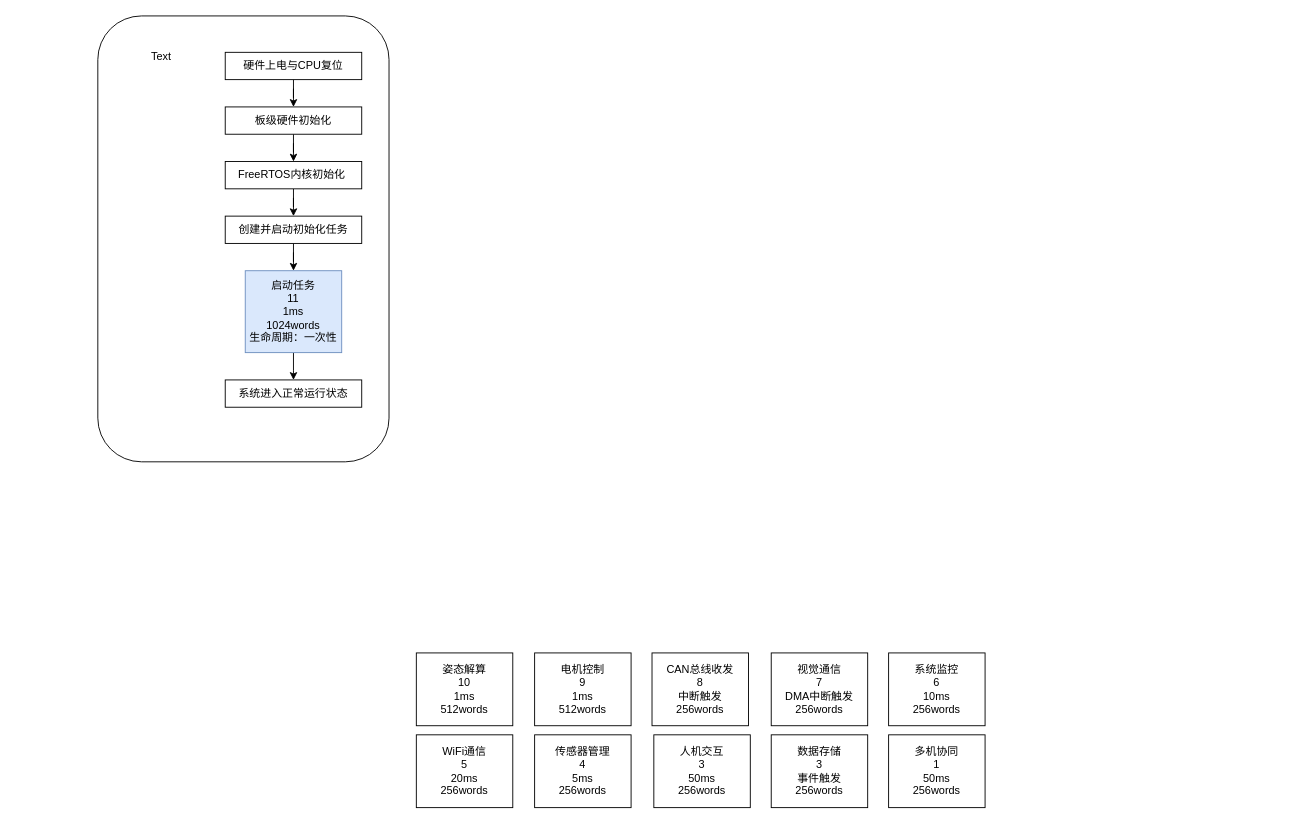
This is 全向移动自主作业机器人/全局启动流程.drawio from whwu-yuwan/My_Chart_Lib, a draw.io file, before an edit. Source tidied: cells renumbered, new cells numbered last; positions are measured from the earlier drawing's top-left corner, leaving out a move shared by most shapes. Both pictures are drawn from the tidied source at 91%, with x=0, y=0 at pixel (97, 15).
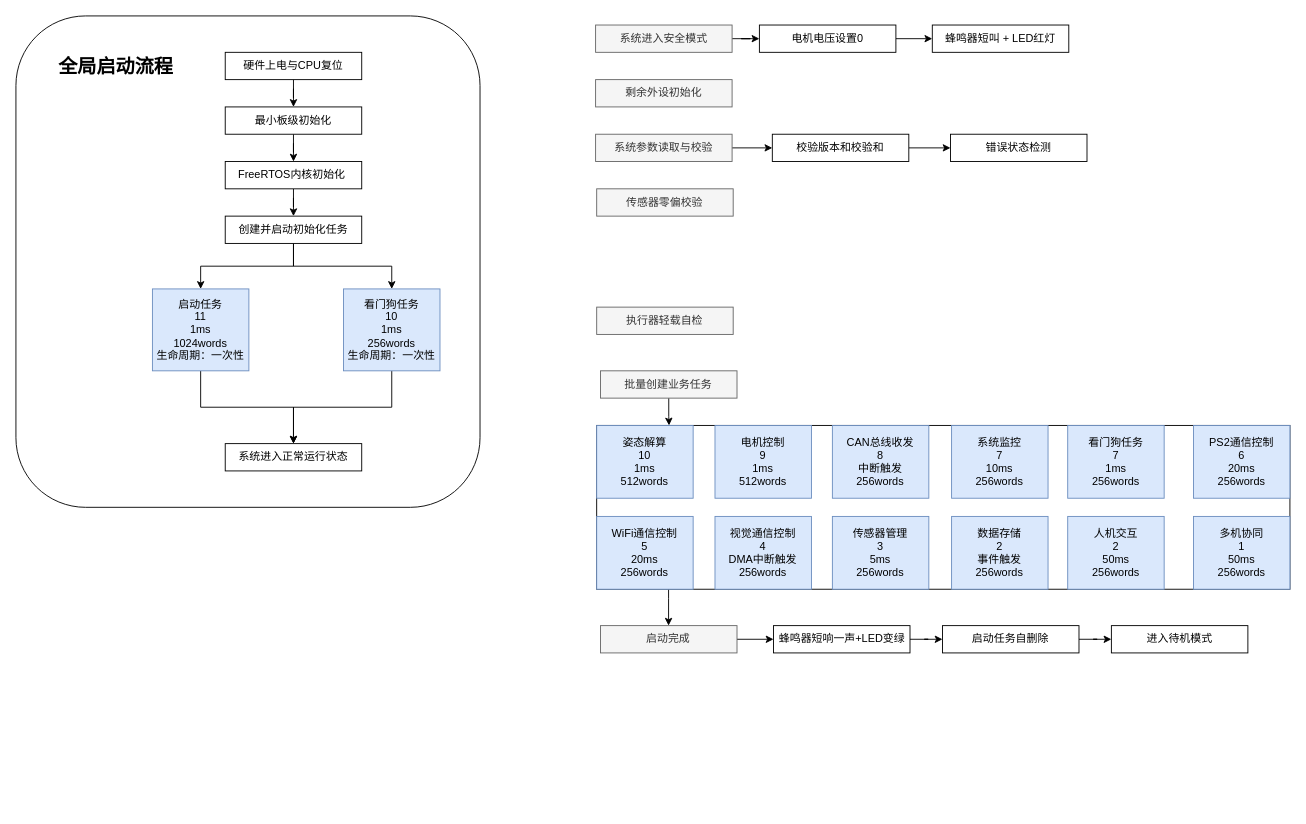
Above is the later version.

Commit message (it also covers changes not shown here):
feat:更新全局流程图

The change refers to these unchanged cells:
```xml
<mxCell id="20" value="创建并启动初始化任务" style="rounded=0;whiteSpace=wrap;html=1;" parent="1" vertex="1">
  <mxGeometry x="140" y="220" width="150" height="30" as="geometry" />
</mxCell>
```

What changed in the source:
```diff
@@
+    <mxCell id="25" style="rounded=0;whiteSpace=wrap;html=1;fillColor=none;" parent="1" vertex="1">
+      <mxGeometry x="548.2" y="450" width="761.8" height="180" as="geometry" />
+    </mxCell>
     <mxCell id="2" style="rounded=1;whiteSpace=wrap;html=1;fillColor=none;" parent="1" vertex="1">
-      <mxGeometry width="320" height="490" as="geometry" />
+      <mxGeometry x="-90" width="510" height="540" as="geometry" />
     </mxCell>
@@
-    <mxCell id="5" value="电机控制&lt;div&gt;9&lt;/div&gt;&lt;div&gt;1ms&lt;/div&gt;&lt;div&gt;512words&lt;/div&gt;" style="rounded=0;whiteSpace=wrap;html=1;" parent="1" vertex="1">
-      <mxGeometry x="480" y="700" width="106" height="80" as="geometry" />
+    <mxCell id="5" value="电机控制&lt;div&gt;9&lt;/div&gt;&lt;div&gt;1ms&lt;/div&gt;&lt;div&gt;512words&lt;/div&gt;" style="rounded=0;whiteSpace=wrap;html=1;fillColor=#dae8fc;strokeColor=#6c8ebf;" parent="1" vertex="1">
+      <mxGeometry x="678.2" y="450" width="106" height="80" as="geometry" />
     </mxCell>
-    <mxCell id="6" value="姿态解算&lt;br&gt;&lt;div&gt;10&lt;/div&gt;&lt;div&gt;1ms&lt;/div&gt;&lt;div&gt;512words&lt;/div&gt;" style="rounded=0;whiteSpace=wrap;html=1;" parent="1" vertex="1">
-      <mxGeometry x="350" y="700" width="106" height="80" as="geometry" />
+    <mxCell id="6" value="姿态解算&lt;br&gt;&lt;div&gt;10&lt;/div&gt;&lt;div&gt;1ms&lt;/div&gt;&lt;div&gt;512words&lt;/div&gt;" style="rounded=0;whiteSpace=wrap;html=1;fillColor=#dae8fc;strokeColor=#6c8ebf;" parent="1" vertex="1">
+      <mxGeometry x="548.2" y="450" width="106" height="80" as="geometry" />
     </mxCell>
-    <mxCell id="7" value="CAN总线收发&lt;br&gt;&lt;div&gt;8&lt;/div&gt;&lt;div&gt;中断触发&lt;/div&gt;&lt;div&gt;256words&lt;/div&gt;" style="rounded=0;whiteSpace=wrap;html=1;" parent="1" vertex="1">
-      <mxGeometry x="609" y="700" width="106" height="80" as="geometry" />
+    <mxCell id="7" value="CAN总线收发&lt;br&gt;&lt;div&gt;8&lt;/div&gt;&lt;div&gt;中断触发&lt;/div&gt;&lt;div&gt;256words&lt;/div&gt;" style="rounded=0;whiteSpace=wrap;html=1;fillColor=#dae8fc;strokeColor=#6c8ebf;" parent="1" vertex="1">
+      <mxGeometry x="807.2" y="450" width="106" height="80" as="geometry" />
     </mxCell>
-    <mxCell id="8" value="视觉通信&lt;br&gt;&lt;div&gt;7&lt;/div&gt;&lt;div&gt;DMA中断触发&lt;/div&gt;&lt;div&gt;256words&lt;/div&gt;" style="rounded=0;whiteSpace=wrap;html=1;" parent="1" vertex="1">
-      <mxGeometry x="740" y="700" width="106" height="80" as="geometry" />
+    <mxCell id="8" value="视觉通信控制&lt;br&gt;&lt;div&gt;4&lt;/div&gt;&lt;div&gt;DMA中断触发&lt;/div&gt;&lt;div&gt;256words&lt;/div&gt;" style="rounded=0;whiteSpace=wrap;html=1;fillColor=#dae8fc;strokeColor=#6c8ebf;" parent="1" vertex="1">
+      <mxGeometry x="678.2" y="550" width="106" height="80" as="geometry" />
     </mxCell>
-    <mxCell id="9" value="系统监控&lt;br&gt;&lt;div&gt;6&lt;/div&gt;&lt;div&gt;10ms&lt;/div&gt;&lt;div&gt;256words&lt;/div&gt;" style="rounded=0;whiteSpace=wrap;html=1;" parent="1" vertex="1">
-      <mxGeometry x="869" y="700" width="106" height="80" as="geometry" />
+    <mxCell id="9" value="系统监控&lt;br&gt;&lt;div&gt;7&lt;/div&gt;&lt;div&gt;10ms&lt;/div&gt;&lt;div&gt;256words&lt;/div&gt;" style="rounded=0;whiteSpace=wrap;html=1;fillColor=#dae8fc;strokeColor=#6c8ebf;" parent="1" vertex="1">
+      <mxGeometry x="938.2" y="450" width="106" height="80" as="geometry" />
     </mxCell>
+    <mxCell id="26" style="edgeStyle=orthogonalEdgeStyle;rounded=0;jettySize=auto;html=1;" parent="1" edge="1" source="10" target="47">
+      <mxGeometry relative="1" as="geometry">
+        <Array as="points">
+          <mxPoint x="627.2" y="640" />
+          <mxPoint x="627.2" y="640" />
+        </Array>
+      </mxGeometry>
+    </mxCell>
-    <mxCell id="10" value="WiFi通信&lt;br&gt;&lt;div&gt;5&lt;/div&gt;&lt;div&gt;20ms&lt;/div&gt;&lt;div&gt;256words&lt;/div&gt;" style="rounded=0;whiteSpace=wrap;html=1;" parent="1" vertex="1">
-      <mxGeometry x="350" y="790" width="106" height="80" as="geometry" />
+    <mxCell id="10" value="WiFi通信控制&lt;br&gt;&lt;div&gt;5&lt;/div&gt;&lt;div&gt;20ms&lt;/div&gt;&lt;div&gt;256words&lt;/div&gt;" style="rounded=0;whiteSpace=wrap;html=1;fillColor=#dae8fc;strokeColor=#6c8ebf;" parent="1" vertex="1">
+      <mxGeometry x="548.2" y="550" width="106" height="80" as="geometry" />
     </mxCell>
-    <mxCell id="11" value="传感器管理&lt;br&gt;&lt;div&gt;4&lt;/div&gt;&lt;div&gt;5ms&lt;/div&gt;&lt;div&gt;256words&lt;/div&gt;" style="rounded=0;whiteSpace=wrap;html=1;" parent="1" vertex="1">
-      <mxGeometry x="480" y="790" width="106" height="80" as="geometry" />
+    <mxCell id="11" value="传感器管理&lt;br&gt;&lt;div&gt;3&lt;/div&gt;&lt;div&gt;5ms&lt;/div&gt;&lt;div&gt;256words&lt;/div&gt;" style="rounded=0;whiteSpace=wrap;html=1;fillColor=#dae8fc;strokeColor=#6c8ebf;" parent="1" vertex="1">
+      <mxGeometry x="807.2" y="550" width="106" height="80" as="geometry" />
     </mxCell>
-    <mxCell id="12" value="人机交互&lt;br&gt;&lt;div&gt;3&lt;/div&gt;&lt;div&gt;50ms&lt;/div&gt;&lt;div&gt;256words&lt;/div&gt;" style="rounded=0;whiteSpace=wrap;html=1;" parent="1" vertex="1">
-      <mxGeometry x="611" y="790" width="106" height="80" as="geometry" />
+    <mxCell id="12" value="人机交互&lt;br&gt;&lt;div&gt;2&lt;/div&gt;&lt;div&gt;50ms&lt;/div&gt;&lt;div&gt;256words&lt;/div&gt;" style="rounded=0;whiteSpace=wrap;html=1;fillColor=#dae8fc;strokeColor=#6c8ebf;" parent="1" vertex="1">
+      <mxGeometry x="1065.8" y="550" width="106" height="80" as="geometry" />
     </mxCell>
-    <mxCell id="13" value="多机协同&lt;br&gt;&lt;div&gt;1&lt;/div&gt;&lt;div&gt;50ms&lt;/div&gt;&lt;div&gt;256words&lt;/div&gt;" style="rounded=0;whiteSpace=wrap;html=1;" parent="1" vertex="1">
-      <mxGeometry x="869" y="790" width="106" height="80" as="geometry" />
+    <mxCell id="13" value="多机协同&lt;br&gt;&lt;div&gt;1&lt;/div&gt;&lt;div&gt;50ms&lt;/div&gt;&lt;div&gt;256words&lt;/div&gt;" style="rounded=0;whiteSpace=wrap;html=1;fillColor=#dae8fc;strokeColor=#6c8ebf;" parent="1" vertex="1">
+      <mxGeometry x="1204" y="550" width="106" height="80" as="geometry" />
     </mxCell>
-    <mxCell id="14" value="数据存储&lt;br&gt;&lt;div&gt;3&lt;/div&gt;&lt;div&gt;事件触发&lt;/div&gt;&lt;div&gt;256words&lt;/div&gt;" style="rounded=0;whiteSpace=wrap;html=1;" parent="1" vertex="1">
-      <mxGeometry x="740" y="790" width="106" height="80" as="geometry" />
+    <mxCell id="14" value="数据存储&lt;br&gt;&lt;div&gt;2&lt;/div&gt;&lt;div&gt;事件触发&lt;/div&gt;&lt;div&gt;256words&lt;/div&gt;" style="rounded=0;whiteSpace=wrap;html=1;fillColor=#dae8fc;strokeColor=#6c8ebf;" parent="1" vertex="1">
+      <mxGeometry x="938.2" y="550" width="106" height="80" as="geometry" />
     </mxCell>
@@
-    <mxCell id="16" value="板级硬件初始化" style="rounded=0;whiteSpace=wrap;html=1;" parent="1" vertex="1">
+    <mxCell id="16" value="最小板级初始化" style="rounded=0;whiteSpace=wrap;html=1;" parent="1" vertex="1">
       <mxGeometry x="140" y="100" width="150" height="30" as="geometry" />
     </mxCell>
@@
+    <mxCell id="27" style="edgeStyle=orthogonalEdgeStyle;rounded=0;jettySize=auto;html=1;" parent="1" edge="1" source="20" target="30">
+      <mxGeometry relative="1" as="geometry" />
+    </mxCell>
@@
     <mxCell id="21" value="系统进入正常运行状态" style="rounded=0;whiteSpace=wrap;html=1;" parent="1" vertex="1">
-      <mxGeometry x="140" y="400" width="150" height="30" as="geometry" />
+      <mxGeometry x="140" y="470" width="150" height="30" as="geometry" />
     </mxCell>
-    <mxCell id="22" style="edgeStyle=orthogonalEdgeStyle;rounded=0;jettySize=auto;html=1;" parent="1" edge="1" source="23">
-      <mxGeometry relative="1" as="geometry">
-        <mxPoint x="215" y="400" as="targetPoint" />
-      </mxGeometry>
-    </mxCell>
+    <mxCell id="28" style="edgeStyle=orthogonalEdgeStyle;rounded=0;jettySize=auto;html=1;" parent="1" edge="1" source="23" target="21">
+      <mxGeometry relative="1" as="geometry" />
+    </mxCell>
     <mxCell id="23" value="&lt;div&gt;启动任务&lt;/div&gt;&lt;div&gt;11&lt;/div&gt;&lt;div&gt;1ms&lt;/div&gt;&lt;div&gt;1024words&lt;/div&gt;&lt;div&gt;生命周期：一次性&lt;/div&gt;" style="rounded=0;whiteSpace=wrap;html=1;fillColor=#dae8fc;strokeColor=#6c8ebf;" parent="1" vertex="1">
-      <mxGeometry x="162" y="280" width="106" height="90" as="geometry" />
+      <mxGeometry x="60" y="300" width="106" height="90" as="geometry" />
     </mxCell>
-    <mxCell id="24" value="Text" style="text;html=1;whiteSpace=wrap;strokeColor=none;fillColor=none;align=center;verticalAlign=middle;rounded=0;" parent="1" vertex="1">
-      <mxGeometry x="40" y="30" width="60" height="30" as="geometry" />
+    <mxCell id="24" value="全局启动流程" style="text;html=1;whiteSpace=wrap;strokeColor=none;fillColor=none;align=center;verticalAlign=middle;rounded=0;fontSize=21;fontStyle=1;" parent="1" vertex="1">
+      <mxGeometry x="-70" y="40" width="180" height="30" as="geometry" />
     </mxCell>
+    <mxCell id="29" style="edgeStyle=orthogonalEdgeStyle;rounded=0;jettySize=auto;html=1;entryX=0.5;entryY=0;entryDx=0;entryDy=0;" parent="1" edge="1" source="30" target="21">
+      <mxGeometry relative="1" as="geometry" />
+    </mxCell>
+    <mxCell id="30" value="&lt;div&gt;看门狗任务&lt;/div&gt;&lt;div&gt;10&lt;/div&gt;&lt;div&gt;1ms&lt;/div&gt;&lt;div&gt;256words&lt;/div&gt;&lt;div&gt;生命周期：一次性&lt;/div&gt;" style="rounded=0;whiteSpace=wrap;html=1;fillColor=#dae8fc;strokeColor=#6c8ebf;" parent="1" vertex="1">
+      <mxGeometry x="270" y="300" width="106" height="90" as="geometry" />
+    </mxCell>
+    <mxCell id="31" style="edgeStyle=orthogonalEdgeStyle;rounded=0;jettySize=auto;html=1;" parent="1" edge="1" source="32" target="38">
+      <mxGeometry relative="1" as="geometry" />
+    </mxCell>
+    <mxCell id="32" value="系统进入安全模式" style="rounded=0;whiteSpace=wrap;html=1;fillColor=#f5f5f5;fontColor=#333333;strokeColor=#666666;" parent="1" vertex="1">
+      <mxGeometry x="547" y="10" width="150" height="30" as="geometry" />
+    </mxCell>
+    <mxCell id="33" value="剩余外设初始化" style="rounded=0;whiteSpace=wrap;html=1;fillColor=#f5f5f5;fontColor=#333333;strokeColor=#666666;" parent="1" vertex="1">
+      <mxGeometry x="547" y="70" width="150" height="30" as="geometry" />
+    </mxCell>
+    <mxCell id="34" style="edgeStyle=orthogonalEdgeStyle;rounded=0;jettySize=auto;html=1;" parent="1" edge="1" source="35" target="41">
+      <mxGeometry relative="1" as="geometry" />
+    </mxCell>
+    <mxCell id="35" value="系统参数读取与校验" style="rounded=0;whiteSpace=wrap;html=1;fillColor=#f5f5f5;fontColor=#333333;strokeColor=#666666;" parent="1" vertex="1">
+      <mxGeometry x="547" y="130" width="150" height="30" as="geometry" />
+    </mxCell>
+    <mxCell id="36" value="传感器零偏校验" style="rounded=0;whiteSpace=wrap;html=1;fillColor=#f5f5f5;fontColor=#333333;strokeColor=#666666;" parent="1" vertex="1">
+      <mxGeometry x="548.2" y="190" width="150" height="30" as="geometry" />
+    </mxCell>
+    <mxCell id="37" style="edgeStyle=orthogonalEdgeStyle;rounded=0;jettySize=auto;html=1;" parent="1" edge="1" source="38" target="39">
+      <mxGeometry relative="1" as="geometry" />
+    </mxCell>
+    <mxCell id="38" value="电机电压设置0" style="rounded=0;whiteSpace=wrap;html=1;" parent="1" vertex="1">
+      <mxGeometry x="727" y="10" width="150" height="30" as="geometry" />
+    </mxCell>
+    <mxCell id="39" value="蜂鸣器短叫 + LED红灯" style="rounded=0;whiteSpace=wrap;html=1;" parent="1" vertex="1">
+      <mxGeometry x="917" y="10" width="150" height="30" as="geometry" />
+    </mxCell>
+    <mxCell id="40" style="edgeStyle=orthogonalEdgeStyle;rounded=0;jettySize=auto;html=1;" parent="1" edge="1" source="41" target="42">
+      <mxGeometry relative="1" as="geometry" />
+    </mxCell>
+    <mxCell id="41" value="校验版本和校验和" style="rounded=0;whiteSpace=wrap;html=1;" parent="1" vertex="1">
+      <mxGeometry x="741.2" y="130" width="150" height="30" as="geometry" />
+    </mxCell>
+    <mxCell id="42" value="错误状态检测" style="rounded=0;whiteSpace=wrap;html=1;" parent="1" vertex="1">
+      <mxGeometry x="937" y="130" width="150" height="30" as="geometry" />
+    </mxCell>
+    <mxCell id="43" value="执行器轻载自检" style="rounded=0;whiteSpace=wrap;html=1;fillColor=#f5f5f5;fontColor=#333333;strokeColor=#666666;" parent="1" vertex="1">
+      <mxGeometry x="548.2" y="320" width="150" height="30" as="geometry" />
+    </mxCell>
+    <mxCell id="44" style="edgeStyle=orthogonalEdgeStyle;rounded=0;jettySize=auto;html=1;entryX=0.75;entryY=0;entryDx=0;entryDy=0;" parent="1" edge="1" source="45" target="6">
+      <mxGeometry relative="1" as="geometry" />
+    </mxCell>
+    <mxCell id="45" value="批量创建业务任务" style="rounded=0;whiteSpace=wrap;html=1;fillColor=#f5f5f5;fontColor=#333333;strokeColor=#666666;" parent="1" vertex="1">
+      <mxGeometry x="552.4" y="390" width="150" height="30" as="geometry" />
+    </mxCell>
+    <mxCell id="46" style="edgeStyle=orthogonalEdgeStyle;rounded=0;jettySize=auto;html=1;" parent="1" edge="1" source="47" target="49">
+      <mxGeometry relative="1" as="geometry" />
+    </mxCell>
+    <mxCell id="47" value="启动完成" style="rounded=0;whiteSpace=wrap;html=1;fillColor=#f5f5f5;fontColor=#333333;strokeColor=#666666;" parent="1" vertex="1">
+      <mxGeometry x="552.4" y="670" width="150" height="30" as="geometry" />
+    </mxCell>
+    <mxCell id="48" style="edgeStyle=orthogonalEdgeStyle;rounded=0;jettySize=auto;html=1;" parent="1" edge="1" source="49" target="52">
+      <mxGeometry relative="1" as="geometry" />
+    </mxCell>
+    <mxCell id="49" value="蜂鸣器短响一声+LED变绿" style="rounded=0;whiteSpace=wrap;html=1;" parent="1" vertex="1">
+      <mxGeometry x="742.5" y="670" width="150" height="30" as="geometry" />
+    </mxCell>
+    <mxCell id="50" value="PS2通信控制&lt;br&gt;&lt;div&gt;6&lt;/div&gt;&lt;div&gt;20ms&lt;/div&gt;&lt;div&gt;256words&lt;/div&gt;" style="rounded=0;whiteSpace=wrap;html=1;fillColor=#dae8fc;strokeColor=#6c8ebf;" parent="1" vertex="1">
+      <mxGeometry x="1204" y="450" width="106" height="80" as="geometry" />
+    </mxCell>
+    <mxCell id="51" style="edgeStyle=orthogonalEdgeStyle;rounded=0;jettySize=auto;html=1;" parent="1" edge="1" source="52" target="54">
+      <mxGeometry relative="1" as="geometry" />
+    </mxCell>
+    <mxCell id="52" value="启动任务自删除" style="rounded=0;whiteSpace=wrap;html=1;" parent="1" vertex="1">
+      <mxGeometry x="928.2" y="670" width="150" height="30" as="geometry" />
+    </mxCell>
+    <mxCell id="53" value="&lt;div&gt;看门狗任务&lt;/div&gt;&lt;div&gt;7&lt;/div&gt;&lt;div&gt;1ms&lt;/div&gt;&lt;div&gt;256words&lt;/div&gt;" style="rounded=0;whiteSpace=wrap;html=1;fillColor=#dae8fc;strokeColor=#6c8ebf;" parent="1" vertex="1">
+      <mxGeometry x="1065.8" y="450" width="106" height="80" as="geometry" />
+    </mxCell>
+    <mxCell id="54" value="进入待机模式" style="rounded=0;whiteSpace=wrap;html=1;" parent="1" vertex="1">
+      <mxGeometry x="1113.8" y="670" width="150" height="30" as="geometry" />
+    </mxCell>
```
